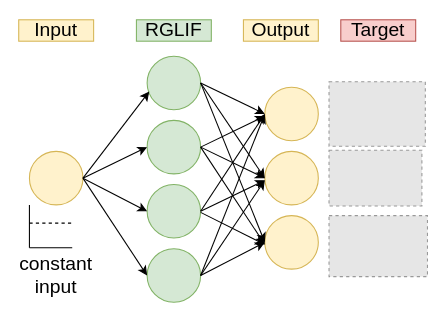
AllenInstitute/GLIFS_ASC keeps this draw.io diagram as models/results/paper_figures/pattern_schematic.drawio. Above is the earlier version. Source tidied: cells renumbered, new cells numbered last; positions are measured from the earlier drawing's top-left corner, leaving out a move shared by most shapes. Both pictures are drawn from the tidied source at 107%, with x=0, y=0 at pixel (18, 19). Pictures stored in the file or linked from it are replaced by grey dashed boxes.
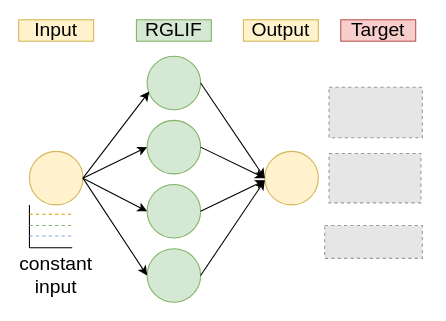
The same diagram, later.

The change refers to these unchanged cells:
```xml
<mxCell id="2" style="ellipse;whiteSpace=wrap;html=1;fillColor=#d5e8d4;strokeColor=#82b366;" parent="1" vertex="1">
  <mxGeometry x="120" y="34" width="50" height="50" as="geometry" />
</mxCell>
<mxCell id="3" style="ellipse;whiteSpace=wrap;html=1;fillColor=#d5e8d4;strokeColor=#82b366;" parent="1" vertex="1">
  <mxGeometry x="120" y="94" width="50" height="50" as="geometry" />
</mxCell>
<mxCell id="4" style="ellipse;whiteSpace=wrap;html=1;fillColor=#d5e8d4;strokeColor=#82b366;" parent="1" vertex="1">
  <mxGeometry x="120" y="154" width="50" height="50" as="geometry" />
</mxCell>
<mxCell id="5" style="ellipse;whiteSpace=wrap;html=1;fillColor=#d5e8d4;strokeColor=#82b366;" parent="1" vertex="1">
  <mxGeometry x="120" y="214" width="50" height="50" as="geometry" />
</mxCell>
```

What changed in the source:
```diff
@@
-    <mxCell id="7" style="ellipse;whiteSpace=wrap;html=1;fillColor=#fff2cc;strokeColor=#d6b656;" parent="1" vertex="1">
-      <mxGeometry x="230" y="63" width="50" height="50" as="geometry" />
-    </mxCell>
@@
-    <mxCell id="9" style="ellipse;whiteSpace=wrap;html=1;fillColor=#fff2cc;strokeColor=#d6b656;" parent="1" vertex="1">
-      <mxGeometry x="230" y="183" width="50" height="50" as="geometry" />
-    </mxCell>
@@
-    <mxCell id="14" style="endArrow=classic;html=1;exitX=1;exitY=0.5;exitDx=0;exitDy=0;entryX=0;entryY=0.5;entryDx=0;entryDy=0;" parent="1" edge="1" source="2" target="7">
-      <mxGeometry relative="1" as="geometry" />
-    </mxCell>
@@
-    <mxCell id="16" style="endArrow=classic;html=1;exitX=1;exitY=0.5;exitDx=0;exitDy=0;entryX=0;entryY=0.5;entryDx=0;entryDy=0;" parent="1" edge="1" source="2" target="9">
-      <mxGeometry relative="1" as="geometry" />
-    </mxCell>
-    <mxCell id="17" style="endArrow=classic;html=1;exitX=1;exitY=0.5;exitDx=0;exitDy=0;" parent="1" edge="1" source="3">
-      <mxGeometry relative="1" as="geometry">
-        <mxPoint x="230" y="210" as="targetPoint" />
-      </mxGeometry>
-    </mxCell>
-    <mxCell id="18" style="endArrow=classic;html=1;exitX=1;exitY=0.5;exitDx=0;exitDy=0;entryX=0;entryY=0.5;entryDx=0;entryDy=0;" parent="1" edge="1" source="4" target="7">
-      <mxGeometry relative="1" as="geometry" />
-    </mxCell>
@@
-    <mxCell id="20" style="endArrow=classic;html=1;" parent="1" edge="1">
-      <mxGeometry relative="1" as="geometry">
-        <mxPoint x="170" y="180" as="sourcePoint" />
-        <mxPoint x="230" y="210" as="targetPoint" />
-      </mxGeometry>
-    </mxCell>
@@
-    <mxCell id="22" style="endArrow=classic;html=1;exitX=1;exitY=0.5;exitDx=0;exitDy=0;entryX=0;entryY=0.5;entryDx=0;entryDy=0;" parent="1" edge="1" source="5" target="9">
-      <mxGeometry relative="1" as="geometry" />
-    </mxCell>
@@
-    <mxCell id="24" style="endArrow=classic;html=1;entryX=0;entryY=0.5;entryDx=0;entryDy=0;exitX=1;exitY=0.5;exitDx=0;exitDy=0;" parent="1" edge="1" source="5" target="7">
-      <mxGeometry relative="1" as="geometry" />
-    </mxCell>
-    <mxCell id="25" style="endArrow=classic;html=1;exitX=1;exitY=0.5;exitDx=0;exitDy=0;" parent="1" edge="1" source="3">
-      <mxGeometry relative="1" as="geometry">
-        <mxPoint x="230" y="90" as="targetPoint" />
-      </mxGeometry>
-    </mxCell>
@@
-    <mxCell id="28" style="endArrow=none;dashed=1;html=1;" parent="1" edge="1">
+    <mxCell id="28" style="endArrow=none;dashed=1;html=1;fillColor=#dae8fc;strokeColor=#7EA6E0;" parent="1" edge="1">
       <mxGeometry relative="1" as="geometry">
-        <mxPoint x="10" y="190" as="sourcePoint" />
-        <mxPoint x="50" y="190" as="targetPoint" />
+        <mxPoint x="10" y="202" as="sourcePoint" />
+        <mxPoint x="50" y="202" as="targetPoint" />
       </mxGeometry>
     </mxCell>
@@
-    <mxCell id="30" style="fillColor=#E6E6E6;strokeColor=#999999;dashed=1;verticalLabelPosition=bottom;labelBackgroundColor=#ffffff;verticalAlign=top;" parent="1" vertex="1">
-      <mxGeometry x="290" y="57.9" width="90" height="60.3" as="geometry" />
-    </mxCell>
-    <mxCell id="31" style="fillColor=#E6E6E6;strokeColor=#999999;dashed=1;verticalLabelPosition=bottom;labelBackgroundColor=#ffffff;verticalAlign=top;" parent="1" vertex="1">
-      <mxGeometry x="290" y="122" width="86.8" height="52" as="geometry" />
-    </mxCell>
-    <mxCell id="32" style="fillColor=#E6E6E6;strokeColor=#999999;dashed=1;verticalLabelPosition=bottom;labelBackgroundColor=#ffffff;verticalAlign=top;" parent="1" vertex="1">
-      <mxGeometry x="290" y="183" width="92" height="57" as="geometry" />
-    </mxCell>
@@
+    <mxCell id="37" style="fillColor=#E6E6E6;strokeColor=#999999;dashed=1;verticalLabelPosition=bottom;labelBackgroundColor=#ffffff;verticalAlign=top;" parent="1" vertex="1">
+      <mxGeometry x="290" y="63" width="87.2" height="47.3" as="geometry" />
+    </mxCell>
+    <mxCell id="38" style="fillColor=#E6E6E6;strokeColor=#999999;dashed=1;verticalLabelPosition=bottom;labelBackgroundColor=#ffffff;verticalAlign=top;" parent="1" vertex="1">
+      <mxGeometry x="290" y="124.9" width="85.9" height="46.2" as="geometry" />
+    </mxCell>
+    <mxCell id="39" style="fillColor=#E6E6E6;strokeColor=#999999;dashed=1;verticalLabelPosition=bottom;labelBackgroundColor=#ffffff;verticalAlign=top;" parent="1" vertex="1">
+      <mxGeometry x="286" y="192.3" width="91.2" height="30.7" as="geometry" />
+    </mxCell>
+    <mxCell id="40" style="endArrow=none;dashed=1;html=1;fillColor=#d5e8d4;strokeColor=#82b366;" parent="1" edge="1">
+      <mxGeometry relative="1" as="geometry">
+        <mxPoint x="10" y="192.3" as="sourcePoint" />
+        <mxPoint x="50" y="192.3" as="targetPoint" />
+      </mxGeometry>
+    </mxCell>
+    <mxCell id="41" style="endArrow=none;dashed=1;html=1;fillColor=#ffe6cc;strokeColor=#d79b00;" parent="1" edge="1">
+      <mxGeometry relative="1" as="geometry">
+        <mxPoint x="10" y="181.7" as="sourcePoint" />
+        <mxPoint x="50" y="181.7" as="targetPoint" />
+      </mxGeometry>
+    </mxCell>
```
